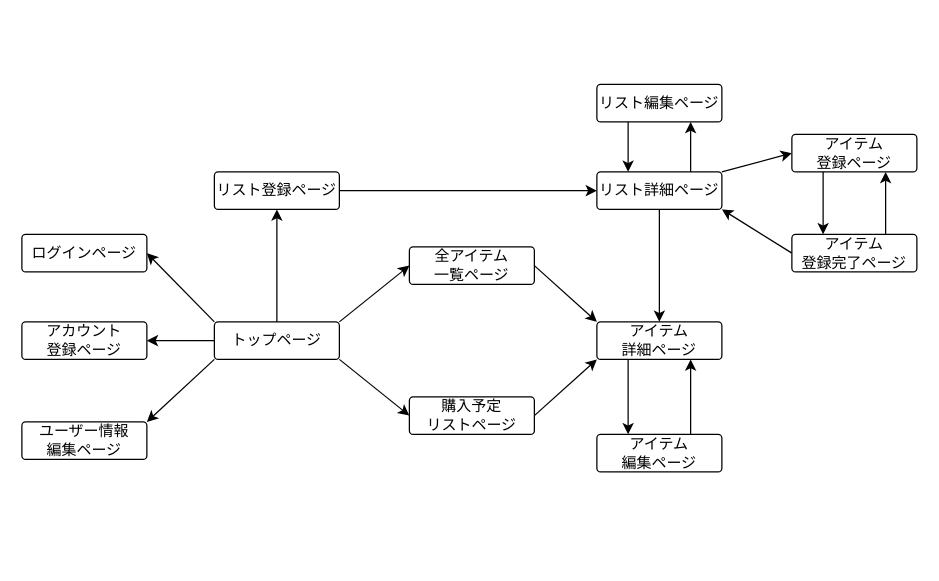
nagataku26/life-stocker keeps this draw.io diagram as transition.dio. Above is the earlier version. Source tidied: cells renumbered, new cells numbered last; positions are measured from the earlier drawing's top-left corner, leaving out a move shared by most shapes. Both pictures are drawn from the tidied source at 125%, with x=0, y=0 at pixel (21, 84).
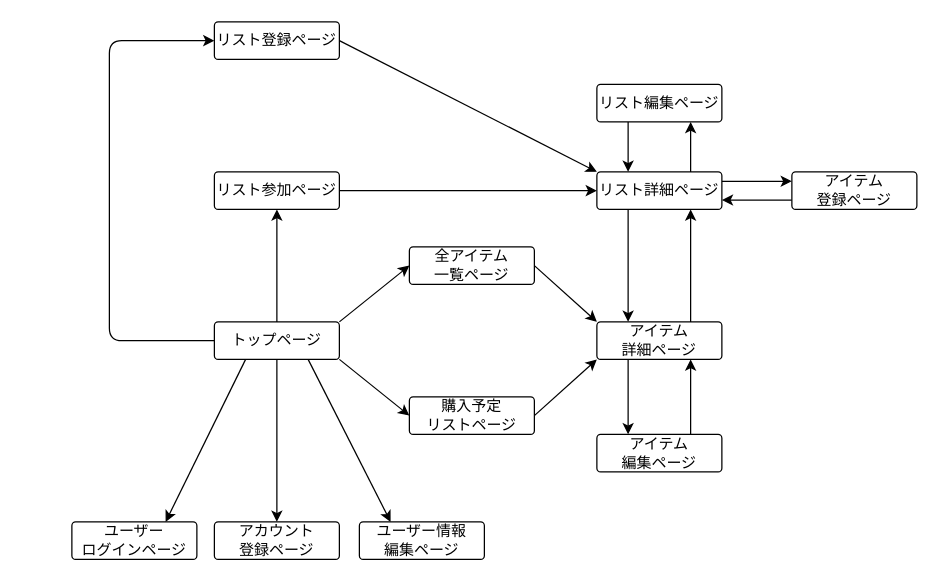
The same diagram, later.

Commit message:
画面遷移図編集

The change refers to these unchanged cells:
```xml
<mxCell id="9" value="トップページ" style="rounded=1;arcSize=10;whiteSpace=wrap;html=1;align=center;" parent="1" vertex="1">
  <mxGeometry x="154" y="190" width="100" height="30" as="geometry" />
</mxCell>
<mxCell id="22" value="リスト詳細ページ" style="rounded=1;arcSize=10;whiteSpace=wrap;html=1;align=center;" parent="1" vertex="1">
  <mxGeometry x="460" y="70" width="100" height="30" as="geometry" />
</mxCell>
<mxCell id="27" value="アイテム&lt;br&gt;詳細ページ" style="rounded=1;arcSize=10;whiteSpace=wrap;html=1;align=center;" parent="1" vertex="1">
  <mxGeometry x="460" y="190" width="100" height="30" as="geometry" />
</mxCell>
```

The edit, as a diff of the source:
```diff
@@
-    <mxCell id="3" style="html=1;exitX=0.5;exitY=0;exitDx=0;exitDy=0;entryX=0.5;entryY=1;entryDx=0;entryDy=0;startArrow=none;startFill=0;" parent="1" edge="1" source="9" target="11">
-      <mxGeometry relative="1" as="geometry" />
+    <mxCell id="3" style="html=1;entryX=0;entryY=0.5;entryDx=0;entryDy=0;startArrow=none;startFill=0;exitX=0;exitY=0.5;exitDx=0;exitDy=0;" parent="1" edge="1" source="9" target="11">
+      <mxGeometry relative="1" as="geometry">
+        <Array as="points">
+          <mxPoint x="70" y="205" />
+          <mxPoint x="70" y="-35" />
+        </Array>
+      </mxGeometry>
     </mxCell>
-    <mxCell id="4" style="edgeStyle=none;html=1;exitX=0;exitY=0;exitDx=0;exitDy=0;entryX=1;entryY=0.5;entryDx=0;entryDy=0;startArrow=none;startFill=0;" parent="1" edge="1" source="9" target="17">
+    <mxCell id="4" style="edgeStyle=none;html=1;exitX=0.25;exitY=1;exitDx=0;exitDy=0;entryX=0.75;entryY=0;entryDx=0;entryDy=0;startArrow=none;startFill=0;" parent="1" edge="1" source="9" target="17">
       <mxGeometry relative="1" as="geometry" />
     </mxCell>
-    <mxCell id="5" style="edgeStyle=none;html=1;exitX=0;exitY=0.5;exitDx=0;exitDy=0;entryX=1;entryY=0.5;entryDx=0;entryDy=0;startArrow=none;startFill=0;" parent="1" edge="1" source="9" target="16">
+    <mxCell id="5" style="edgeStyle=none;html=1;exitX=0.5;exitY=1;exitDx=0;exitDy=0;startArrow=none;startFill=0;" parent="1" edge="1" source="9" target="16">
       <mxGeometry relative="1" as="geometry" />
     </mxCell>
-    <mxCell id="6" style="edgeStyle=none;html=1;exitX=0;exitY=1;exitDx=0;exitDy=0;entryX=1;entryY=0;entryDx=0;entryDy=0;startArrow=none;startFill=0;" parent="1" edge="1" source="9" target="18">
+    <mxCell id="6" style="edgeStyle=none;html=1;exitX=0.75;exitY=1;exitDx=0;exitDy=0;entryX=0.25;entryY=0;entryDx=0;entryDy=0;startArrow=none;startFill=0;" parent="1" edge="1" source="9" target="18">
       <mxGeometry relative="1" as="geometry" />
     </mxCell>
@@
-    <mxCell id="10" style="edgeStyle=none;html=1;entryX=0;entryY=0.5;entryDx=0;entryDy=0;startArrow=none;startFill=0;exitX=1;exitY=0.5;exitDx=0;exitDy=0;" parent="1" edge="1" source="11" target="22">
+    <mxCell id="10" style="edgeStyle=none;html=1;entryX=0;entryY=0;entryDx=0;entryDy=0;startArrow=none;startFill=0;exitX=1;exitY=0.5;exitDx=0;exitDy=0;" parent="1" edge="1" source="11" target="22">
       <mxGeometry relative="1" as="geometry" />
     </mxCell>
     <mxCell id="11" value="リスト登録ページ" style="rounded=1;arcSize=10;whiteSpace=wrap;html=1;align=center;" parent="1" vertex="1">
-      <mxGeometry x="154" y="70" width="100" height="30" as="geometry" />
+      <mxGeometry x="154" y="-50" width="100" height="30" as="geometry" />
     </mxCell>
-    <mxCell id="12" style="edgeStyle=none;html=1;exitX=0.25;exitY=1;exitDx=0;exitDy=0;entryX=0.25;entryY=0;entryDx=0;entryDy=0;startArrow=none;startFill=0;" parent="1" edge="1" source="13" target="25">
+    <mxCell id="12" style="edgeStyle=none;html=1;exitX=0;exitY=0.75;exitDx=0;exitDy=0;entryX=1;entryY=0.75;entryDx=0;entryDy=0;startArrow=none;startFill=0;" parent="1" edge="1" source="13" target="22">
       <mxGeometry relative="1" as="geometry" />
     </mxCell>
     <mxCell id="13" value="アイテム&lt;br&gt;登録ページ" style="rounded=1;arcSize=10;whiteSpace=wrap;html=1;align=center;" parent="1" vertex="1">
-      <mxGeometry x="616" y="40" width="100" height="30" as="geometry" />
+      <mxGeometry x="616" y="70" width="100" height="30" as="geometry" />
     </mxCell>
@@
     <mxCell id="16" value="アカウント&lt;br&gt;登録ページ" style="rounded=1;arcSize=10;whiteSpace=wrap;html=1;align=center;" parent="1" vertex="1">
-      <mxGeometry y="190" width="100" height="30" as="geometry" />
+      <mxGeometry x="154" y="350" width="100" height="30" as="geometry" />
     </mxCell>
-    <mxCell id="17" value="ログインページ" style="rounded=1;arcSize=10;whiteSpace=wrap;html=1;align=center;" parent="1" vertex="1">
-      <mxGeometry y="120" width="100" height="30" as="geometry" />
+    <mxCell id="17" value="ユーザー&lt;br&gt;ログインページ" style="rounded=1;arcSize=10;whiteSpace=wrap;html=1;align=center;" parent="1" vertex="1">
+      <mxGeometry x="40" y="350" width="100" height="30" as="geometry" />
     </mxCell>
     <mxCell id="18" value="ユーザー情報&lt;br&gt;編集ページ" style="rounded=1;arcSize=10;whiteSpace=wrap;html=1;align=center;" parent="1" vertex="1">
-      <mxGeometry y="270" width="100" height="30" as="geometry" />
+      <mxGeometry x="270" y="350" width="100" height="30" as="geometry" />
     </mxCell>
-    <mxCell id="19" style="edgeStyle=none;html=1;startArrow=none;startFill=0;exitX=1;exitY=0;exitDx=0;exitDy=0;entryX=0;entryY=0.5;entryDx=0;entryDy=0;" parent="1" edge="1" source="22" target="13">
+    <mxCell id="19" style="edgeStyle=none;html=1;startArrow=none;startFill=0;exitX=1;exitY=0.25;exitDx=0;exitDy=0;entryX=0;entryY=0.25;entryDx=0;entryDy=0;" parent="1" edge="1" source="22" target="13">
       <mxGeometry relative="1" as="geometry" />
     </mxCell>
-    <mxCell id="20" style="edgeStyle=none;html=1;exitX=0.5;exitY=1;exitDx=0;exitDy=0;entryX=0.5;entryY=0;entryDx=0;entryDy=0;startArrow=none;startFill=0;" parent="1" edge="1" source="22" target="27">
+    <mxCell id="20" style="edgeStyle=none;html=1;exitX=0.25;exitY=1;exitDx=0;exitDy=0;entryX=0.25;entryY=0;entryDx=0;entryDy=0;startArrow=none;startFill=0;" parent="1" edge="1" source="22" target="27">
       <mxGeometry relative="1" as="geometry" />
     </mxCell>
@@
-    <mxCell id="23" style="edgeStyle=none;html=1;exitX=0.75;exitY=0;exitDx=0;exitDy=0;entryX=0.75;entryY=1;entryDx=0;entryDy=0;startArrow=none;startFill=0;" parent="1" edge="1" source="25" target="13">
+    <mxCell id="23" style="edgeStyle=none;html=1;entryX=0.5;entryY=1;entryDx=0;entryDy=0;startArrow=none;startFill=0;" parent="1" edge="1" source="9" target="25">
       <mxGeometry relative="1" as="geometry" />
     </mxCell>
-    <mxCell id="24" style="edgeStyle=none;html=1;exitX=0;exitY=0.5;exitDx=0;exitDy=0;entryX=1;entryY=1;entryDx=0;entryDy=0;startArrow=none;startFill=0;" parent="1" edge="1" source="25" target="22">
+    <mxCell id="24" style="edgeStyle=none;html=1;exitX=0.75;exitY=0;exitDx=0;exitDy=0;entryX=0.75;entryY=1;entryDx=0;entryDy=0;startArrow=none;startFill=0;" parent="1" edge="1" source="27" target="22">
       <mxGeometry relative="1" as="geometry" />
     </mxCell>
+    <mxCell id="34" style="edgeStyle=none;html=1;exitX=1;exitY=0.5;exitDx=0;exitDy=0;entryX=0;entryY=0.5;entryDx=0;entryDy=0;" parent="1" edge="1" source="25" target="22">
+      <mxGeometry relative="1" as="geometry" />
+    </mxCell>
-    <mxCell id="25" value="アイテム&lt;br&gt;登録完了ページ" style="rounded=1;arcSize=10;whiteSpace=wrap;html=1;align=center;" parent="1" vertex="1">
-      <mxGeometry x="616" y="120" width="100" height="30" as="geometry" />
+    <mxCell id="25" value="リスト参加ページ" style="rounded=1;arcSize=10;whiteSpace=wrap;html=1;align=center;" parent="1" vertex="1">
+      <mxGeometry x="154" y="70" width="100" height="30" as="geometry" />
     </mxCell>
```
